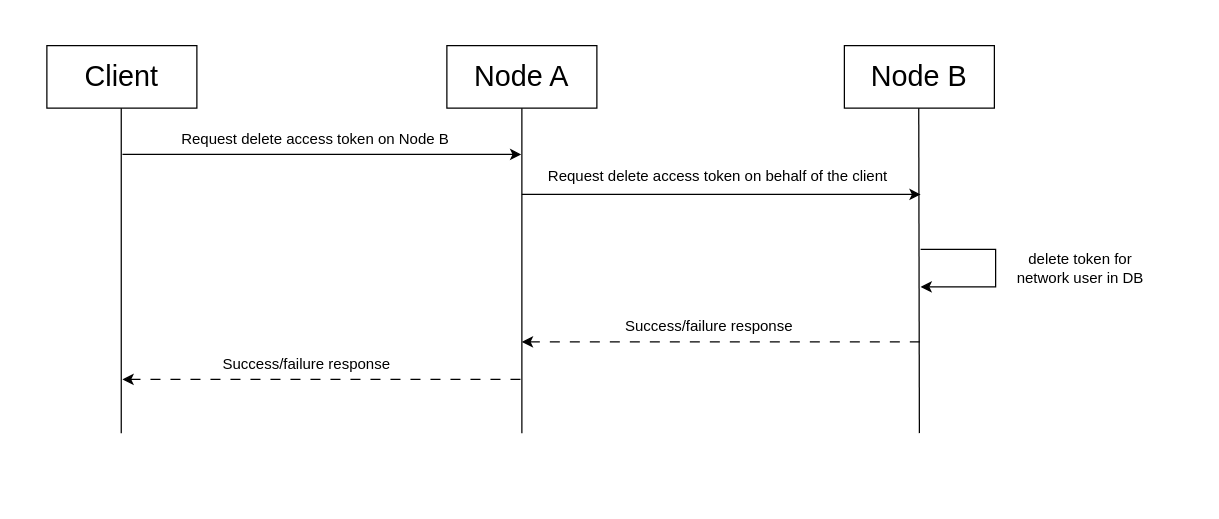
The draw.io diagram docs/_static/network-token-delete-flow.drawio in Ouranosinc/Magpie, before the edit. Source tidied: cells renumbered, new cells numbered last; positions are measured from the earlier drawing's top-left corner, leaving out a move shared by most shapes. Both pictures are drawn from the tidied source at 125%, with x=0, y=0 at pixel (46, 45).
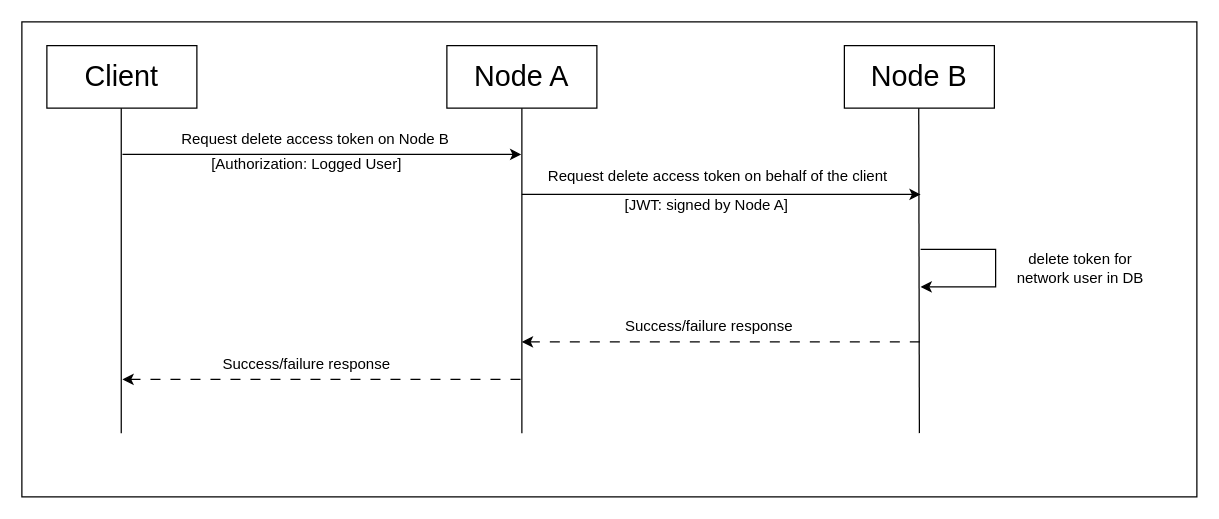
Above is the later version.

The edit, as a diff of the source:
```diff
@@
+    <mxCell id="18" style="rounded=0;whiteSpace=wrap;html=1;" parent="1" vertex="1">
+      <mxGeometry x="-20" y="-19" width="940" height="380" as="geometry" />
+    </mxCell>
@@
+    <mxCell id="19" value="[Authorization: Logged User]" style="text;html=1;whiteSpace=wrap;strokeColor=none;fillColor=none;align=center;verticalAlign=middle;rounded=0;" parent="1" vertex="1">
+      <mxGeometry x="112.5" y="80" width="190" height="30" as="geometry" />
+    </mxCell>
+    <mxCell id="20" value="[JWT: signed by Node A]" style="text;html=1;whiteSpace=wrap;strokeColor=none;fillColor=none;align=center;verticalAlign=middle;rounded=0;" parent="1" vertex="1">
+      <mxGeometry x="443" y="113" width="170" height="30" as="geometry" />
+    </mxCell>
```
